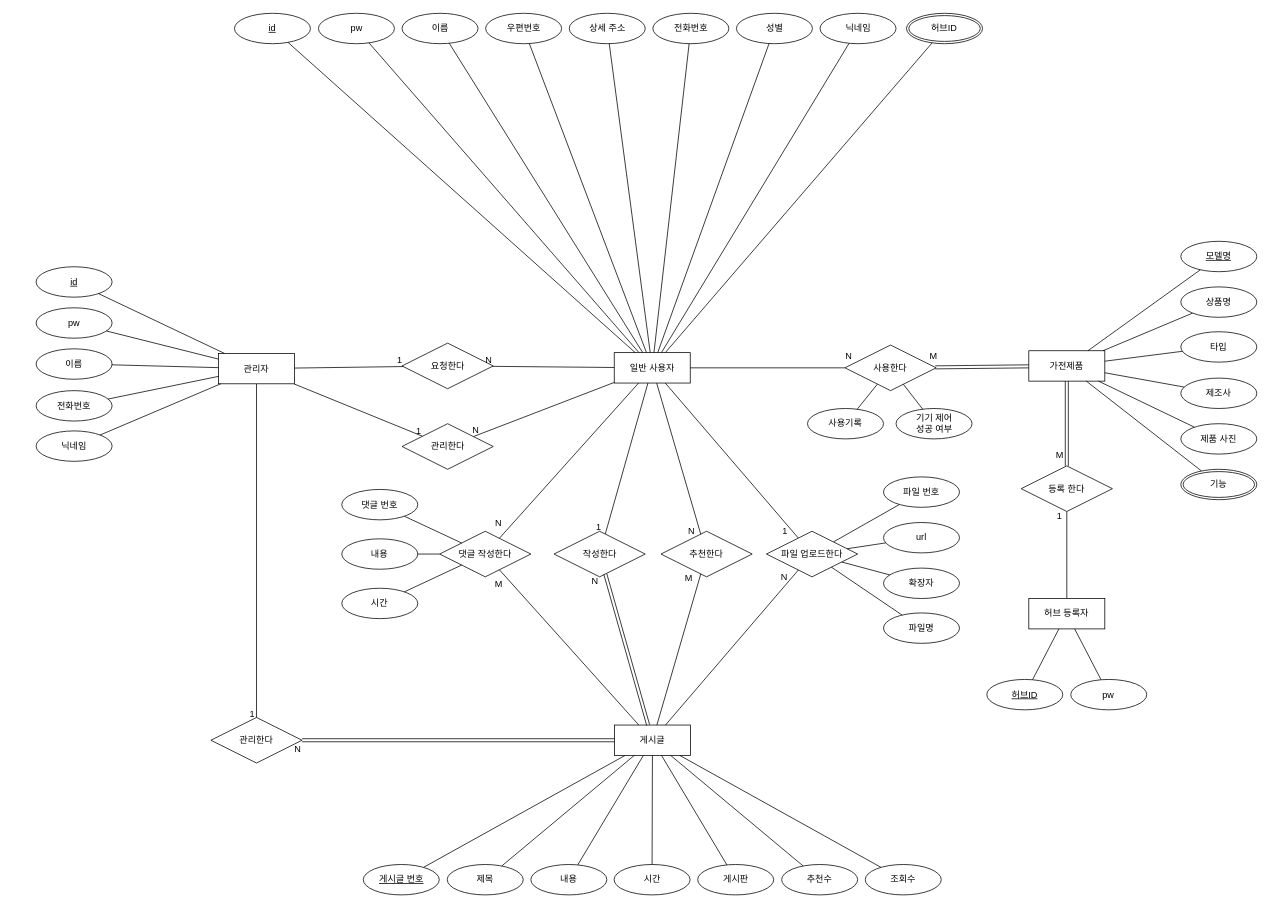
Above: 캡스톤 디자인/산출물/ERD.drawio in rmflsdl4/SIRIUS (draw.io), before the change. Source tidied: cells renumbered, new cells numbered last; positions are measured from the earlier drawing's top-left corner, leaving out a move shared by most shapes. Both pictures are drawn from the tidied source at 76%, with x=0, y=0 at pixel (36, 13).
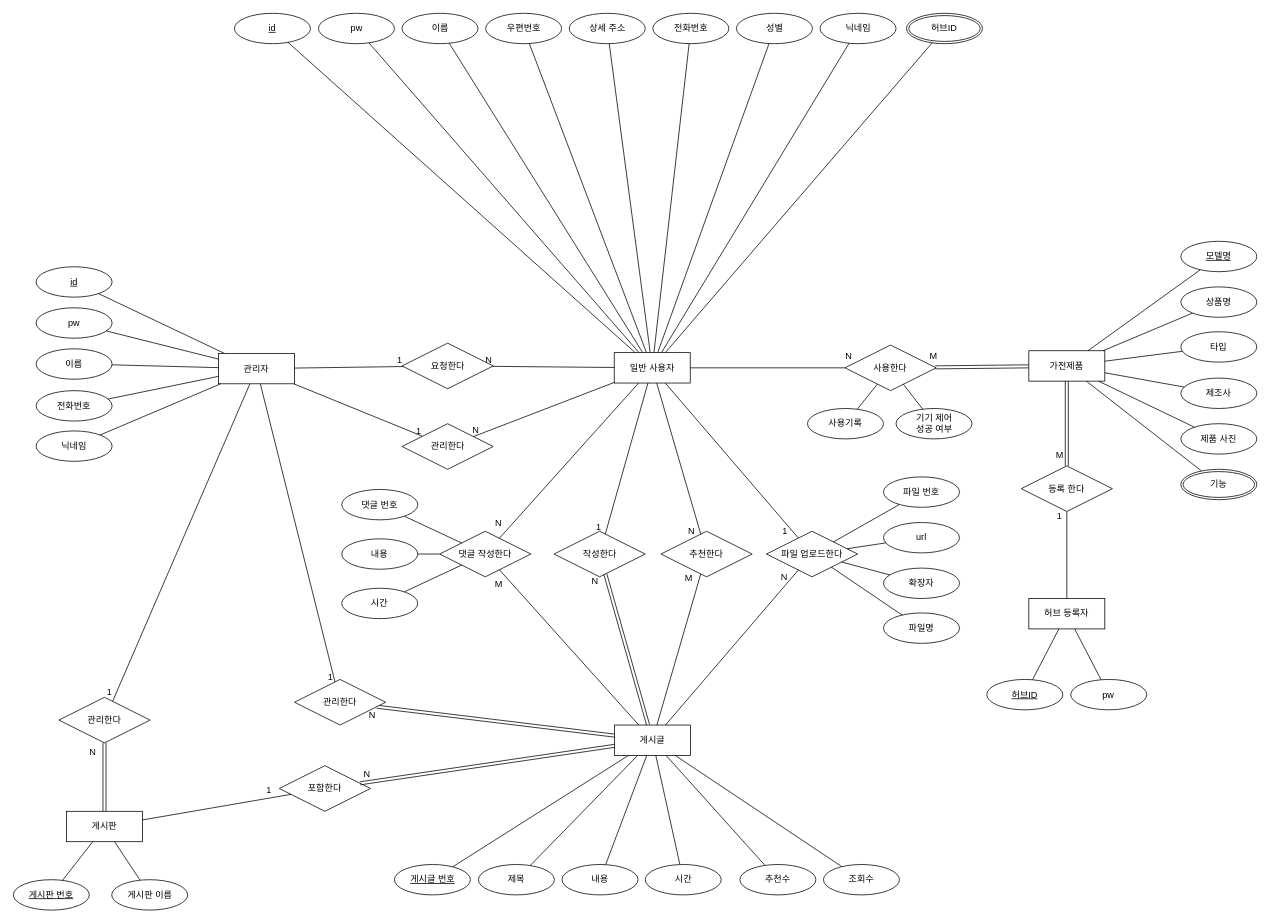
The same page after the edit.

The change refers to these unchanged cells:
```xml
<mxCell id="19" value="게시글" style="whiteSpace=wrap;html=1;align=center;" parent="1" vertex="1">
  <mxGeometry x="761" y="936.5" width="100" height="40" as="geometry" />
</mxCell>
<mxCell id="48" style="endArrow=none;html=1;rounded=0;" parent="1" edge="1" source="105" target="39">
  <mxGeometry relative="1" as="geometry" />
</mxCell>
<mxCell id="105" value="관리자" style="whiteSpace=wrap;html=1;align=center;" parent="1" vertex="1">
  <mxGeometry x="240" y="447.5" width="100" height="40" as="geometry" />
</mxCell>
```

Change to the diagram source:
```diff
@@
-    <mxCell id="24" style="endArrow=none;html=1;rounded=0;" parent="1" edge="1" source="101" target="19">
-      <mxGeometry relative="1" as="geometry" />
-    </mxCell>
@@
     <mxCell id="39" value="관리한다" style="shape=rhombus;perimeter=rhombusPerimeter;whiteSpace=wrap;html=1;align=center;" parent="1" vertex="1">
-      <mxGeometry x="230" y="926.5" width="120" height="60" as="geometry" />
+      <mxGeometry x="30" y="900" width="120" height="60" as="geometry" />
     </mxCell>
@@
     <mxCell id="49" value="1" style="html=1;whiteSpace=wrap;align=right;verticalAlign=bottom;" parent="48" vertex="1">
       <mxGeometry x="1" relative="1" as="geometry">
-        <mxPoint x="-1" y="3" as="offset" />
+        <mxPoint y="-3" as="offset" />
       </mxGeometry>
     </mxCell>
-    <mxCell id="50" style="shape=link;html=1;rounded=0;" parent="1" edge="1" source="19" target="39">
+    <mxCell id="50" style="shape=link;html=1;rounded=0;" parent="1" edge="1" source="129" target="39">
       <mxGeometry relative="1" as="geometry" />
     </mxCell>
     <mxCell id="51" value="N" style="html=1;whiteSpace=wrap;align=right;verticalAlign=bottom;" parent="50" vertex="1">
       <mxGeometry x="1" relative="1" as="geometry">
-        <mxPoint y="20" as="offset" />
+        <mxPoint x="-10" y="20" as="offset" />
       </mxGeometry>
     </mxCell>
@@
     <mxCell id="98" value="제목" style="ellipse;whiteSpace=wrap;html=1;align=center;" parent="1" vertex="1">
-      <mxGeometry x="541" y="1120" width="100" height="40" as="geometry" />
+      <mxGeometry x="582" y="1120" width="100" height="40" as="geometry" />
     </mxCell>
     <mxCell id="99" value="내용" style="ellipse;whiteSpace=wrap;html=1;align=center;" parent="1" vertex="1">
-      <mxGeometry x="651" y="1120" width="100" height="40" as="geometry" />
+      <mxGeometry x="692" y="1120" width="100" height="40" as="geometry" />
     </mxCell>
     <mxCell id="100" value="시간" style="ellipse;whiteSpace=wrap;html=1;align=center;" parent="1" vertex="1">
-      <mxGeometry x="760.5" y="1120" width="100" height="40" as="geometry" />
+      <mxGeometry x="801.5" y="1120" width="100" height="40" as="geometry" />
     </mxCell>
-    <mxCell id="101" value="게시판" style="ellipse;whiteSpace=wrap;html=1;align=center;" parent="1" vertex="1">
-      <mxGeometry x="870.5" y="1120" width="100" height="40" as="geometry" />
-    </mxCell>
     <mxCell id="102" value="추천수" style="ellipse;whiteSpace=wrap;html=1;align=center;" parent="1" vertex="1">
-      <mxGeometry x="981" y="1120" width="100" height="40" as="geometry" />
+      <mxGeometry x="926" y="1120" width="100" height="40" as="geometry" />
     </mxCell>
     <mxCell id="103" value="조회수" style="ellipse;whiteSpace=wrap;html=1;align=center;" parent="1" vertex="1">
-      <mxGeometry x="1091" y="1120" width="100" height="40" as="geometry" />
+      <mxGeometry x="1036" y="1120" width="100" height="40" as="geometry" />
     </mxCell>
     <mxCell id="104" value="게시글 번호" style="ellipse;whiteSpace=wrap;html=1;align=center;fontStyle=4;" parent="1" vertex="1">
-      <mxGeometry x="430.5" y="1120" width="100" height="40" as="geometry" />
+      <mxGeometry x="471.5" y="1120" width="100" height="40" as="geometry" />
     </mxCell>
@@
+    <mxCell id="129" value="게시&lt;span style=&quot;background-color: initial;&quot;&gt;판&lt;/span&gt;" style="whiteSpace=wrap;html=1;align=center;" parent="1" vertex="1">
+      <mxGeometry x="40" y="1050" width="100" height="40" as="geometry" />
+    </mxCell>
+    <mxCell id="130" style="shape=link;html=1;rounded=0;" parent="1" edge="1" source="19" target="132">
+      <mxGeometry relative="1" as="geometry" />
+    </mxCell>
+    <mxCell id="131" value="N" style="html=1;whiteSpace=wrap;align=right;verticalAlign=bottom;" parent="130" vertex="1">
+      <mxGeometry x="1" relative="1" as="geometry">
+        <mxPoint y="20" as="offset" />
+      </mxGeometry>
+    </mxCell>
+    <mxCell id="132" value="관리한다" style="shape=rhombus;perimeter=rhombusPerimeter;whiteSpace=wrap;html=1;align=center;" parent="1" vertex="1">
+      <mxGeometry x="340" y="876.5" width="120" height="60" as="geometry" />
+    </mxCell>
+    <mxCell id="133" style="endArrow=none;html=1;rounded=0;" parent="1" edge="1" source="105" target="132">
+      <mxGeometry relative="1" as="geometry" />
+    </mxCell>
+    <mxCell id="134" value="1" style="html=1;whiteSpace=wrap;align=right;verticalAlign=bottom;" parent="133" vertex="1">
+      <mxGeometry x="1" relative="1" as="geometry">
+        <mxPoint x="-1" y="3" as="offset" />
+      </mxGeometry>
+    </mxCell>
+    <mxCell id="135" value="포함한다" style="shape=rhombus;perimeter=rhombusPerimeter;whiteSpace=wrap;html=1;align=center;" parent="1" vertex="1">
+      <mxGeometry x="320" y="990" width="120" height="60" as="geometry" />
+    </mxCell>
+    <mxCell id="136" style="endArrow=none;html=1;rounded=0;" parent="1" edge="1" source="135" target="129">
+      <mxGeometry relative="1" as="geometry" />
+    </mxCell>
+    <mxCell id="137" value="1" style="html=1;whiteSpace=wrap;align=right;verticalAlign=bottom;" parent="136" vertex="1">
+      <mxGeometry x="1" relative="1" as="geometry">
+        <mxPoint x="171" y="-31" as="offset" />
+      </mxGeometry>
+    </mxCell>
+    <mxCell id="138" style="shape=link;html=1;rounded=0;" parent="1" edge="1" source="19" target="135">
+      <mxGeometry relative="1" as="geometry" />
+    </mxCell>
+    <mxCell id="139" value="N" style="html=1;whiteSpace=wrap;align=right;verticalAlign=bottom;" parent="138" vertex="1">
+      <mxGeometry x="1" relative="1" as="geometry">
+        <mxPoint x="14" y="-3" as="offset" />
+      </mxGeometry>
+    </mxCell>
+    <mxCell id="140" style="endArrow=none;html=1;rounded=0;" parent="1" edge="1" source="141" target="129">
+      <mxGeometry relative="1" as="geometry" />
+    </mxCell>
+    <mxCell id="141" value="게시판 번호" style="ellipse;whiteSpace=wrap;html=1;align=center;fontStyle=4;" parent="1" vertex="1">
+      <mxGeometry x="-30" y="1140" width="100" height="40" as="geometry" />
+    </mxCell>
+    <mxCell id="142" style="endArrow=none;html=1;rounded=0;" parent="1" edge="1" source="143" target="129">
+      <mxGeometry relative="1" as="geometry" />
+    </mxCell>
+    <mxCell id="143" value="게시판 이름" style="ellipse;whiteSpace=wrap;html=1;align=center;" parent="1" vertex="1">
+      <mxGeometry x="99.5" y="1140" width="100" height="40" as="geometry" />
+    </mxCell>
```
